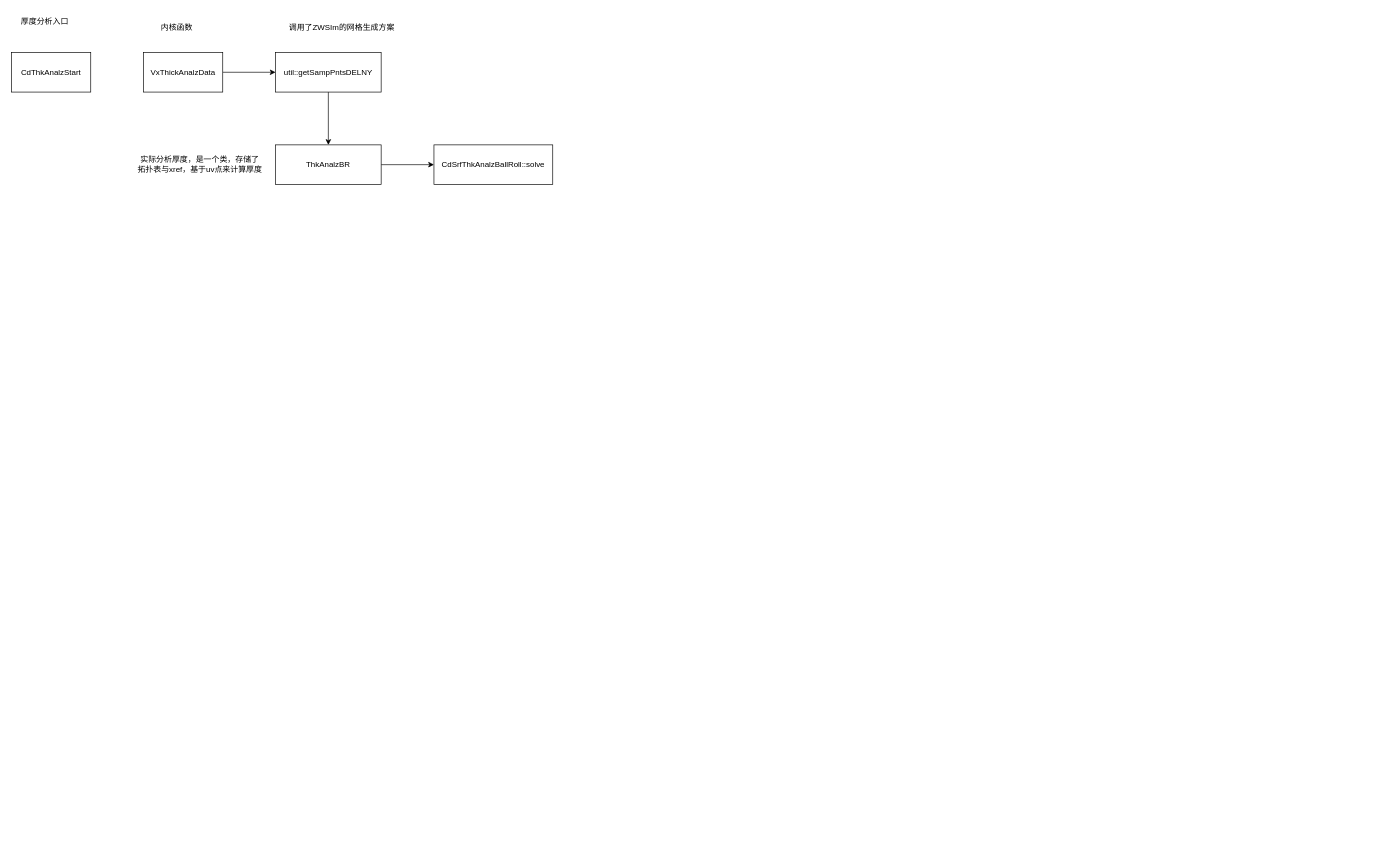
Above: 绘图记录/厚度分析.drawio in studyrohan/BSpline_learn (draw.io), before the change. Source tidied: cells renumbered, new cells numbered last; positions are measured from the earlier drawing's top-left corner, leaving out a move shared by most shapes. Both pictures are drawn from the tidied source at 66%, with x=0, y=0 at pixel (11, 11).
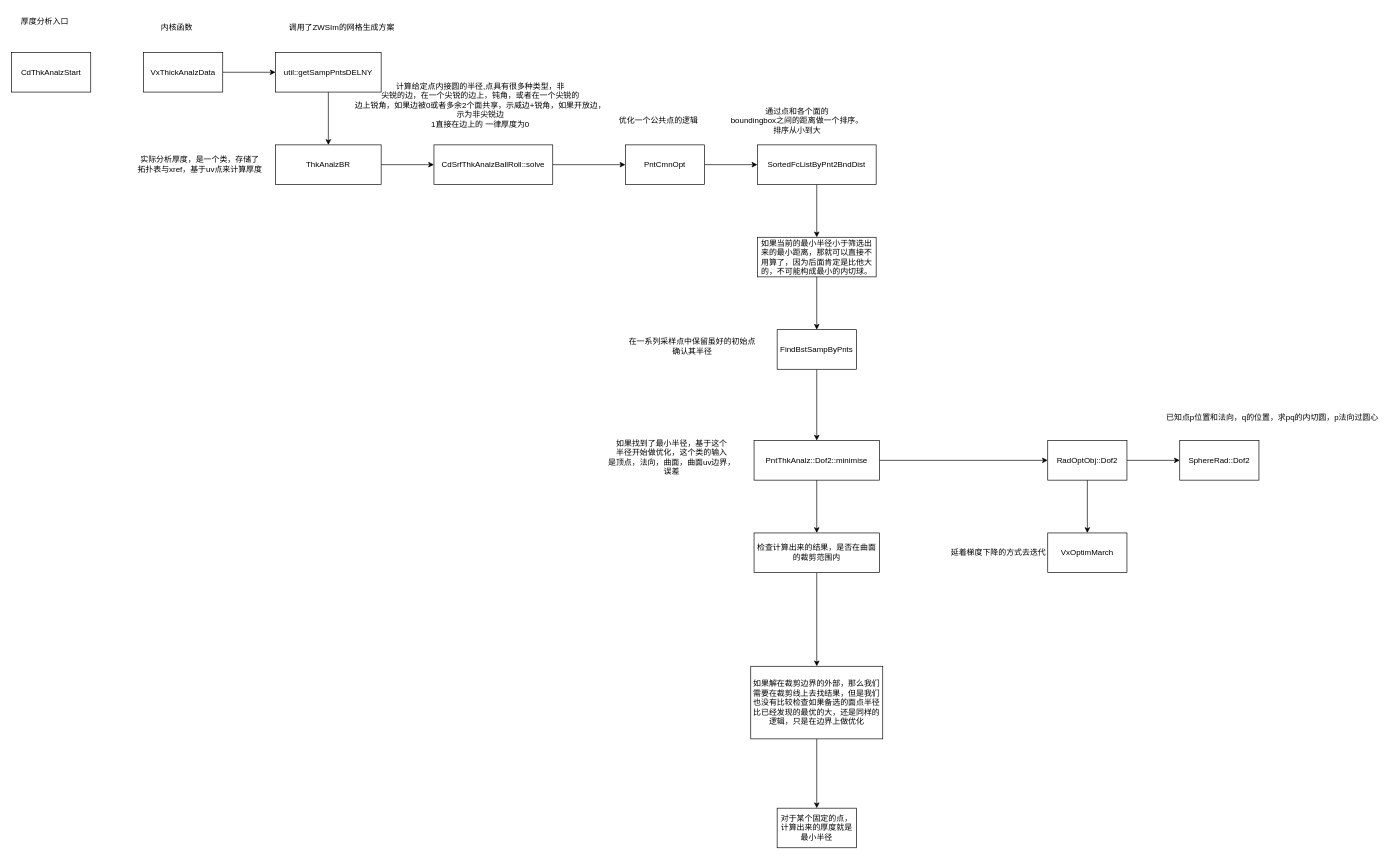
Above is the later version.

The change refers to these unchanged cells:
```xml
<mxCell id="13" value="CdSrfThkAnalzBallRoll::solve" style="whiteSpace=wrap;html=1;rounded=0;" parent="1" vertex="1">
  <mxGeometry x="640" y="202" width="180" height="60" as="geometry" />
</mxCell>
```

Change to the diagram source:
```diff
@@
+    <mxCell id="14" style="edgeStyle=orthogonalEdgeStyle;rounded=0;jettySize=auto;html=1;" parent="1" edge="1" source="13" target="17">
+      <mxGeometry relative="1" as="geometry" />
+    </mxCell>
@@
+    <mxCell id="15" value="计算给定点内接圆的半径,点具有很多种类型，非&lt;div&gt;尖锐的边，在一个尖锐的边上，钝角，或者在一个尖锐的&lt;/div&gt;&lt;div&gt;边上锐角，如果边被0或者多余2个面共享，示威边+锐角，如果开放边，&lt;/div&gt;&lt;div&gt;示为非尖锐边&lt;/div&gt;&lt;div&gt;1直接在边上的 一律厚度为0&lt;/div&gt;" style="text;html=1;align=center;verticalAlign=middle;strokeColor=none;fillColor=none;" parent="1" vertex="1">
+      <mxGeometry x="510" y="97" width="400" height="90" as="geometry" />
+    </mxCell>
+    <mxCell id="16" style="edgeStyle=orthogonalEdgeStyle;rounded=0;jettySize=auto;html=1;" parent="1" edge="1" source="17" target="20">
+      <mxGeometry relative="1" as="geometry" />
+    </mxCell>
+    <mxCell id="17" value="PntCmnOpt" style="whiteSpace=wrap;html=1;rounded=0;" parent="1" vertex="1">
+      <mxGeometry x="930" y="202" width="120" height="60" as="geometry" />
+    </mxCell>
+    <mxCell id="18" value="优化一个公共点的逻辑" style="text;html=1;align=center;verticalAlign=middle;strokeColor=none;fillColor=none;" parent="1" vertex="1">
+      <mxGeometry x="910" y="150" width="140" height="30" as="geometry" />
+    </mxCell>
+    <mxCell id="19" style="edgeStyle=orthogonalEdgeStyle;rounded=0;jettySize=auto;html=1;" parent="1" edge="1" source="20" target="23">
+      <mxGeometry relative="1" as="geometry" />
+    </mxCell>
+    <mxCell id="20" value="SortedFcListByPnt2BndDist" style="whiteSpace=wrap;html=1;rounded=0;" parent="1" vertex="1">
+      <mxGeometry x="1130" y="202" width="180" height="60" as="geometry" />
+    </mxCell>
+    <mxCell id="21" value="通过点和各个面的&lt;div&gt;boundingbox之间的距离做一个排序。&lt;/div&gt;&lt;div&gt;排序从小到大&lt;/div&gt;" style="text;html=1;align=center;verticalAlign=middle;strokeColor=none;fillColor=none;" parent="1" vertex="1">
+      <mxGeometry x="1080" y="135" width="220" height="60" as="geometry" />
+    </mxCell>
+    <mxCell id="22" style="edgeStyle=orthogonalEdgeStyle;rounded=0;jettySize=auto;html=1;" parent="1" edge="1" source="23" target="25">
+      <mxGeometry relative="1" as="geometry" />
+    </mxCell>
+    <mxCell id="23" value="如果当前的最小半径小于筛选出来的最小距离，那就可以直接不用算了，因为后面肯定是比他大的，不可能构成最小的内切球。" style="whiteSpace=wrap;html=1;rounded=0;" parent="1" vertex="1">
+      <mxGeometry x="1130" y="342" width="180" height="60" as="geometry" />
+    </mxCell>
+    <mxCell id="24" style="edgeStyle=orthogonalEdgeStyle;rounded=0;jettySize=auto;html=1;" parent="1" edge="1" source="25" target="29">
+      <mxGeometry relative="1" as="geometry" />
+    </mxCell>
+    <mxCell id="25" value="FindBstSampByPnts" style="rounded=0;whiteSpace=wrap;html=1;" parent="1" vertex="1">
+      <mxGeometry x="1160" y="482" width="120" height="60" as="geometry" />
+    </mxCell>
+    <mxCell id="26" value="在一系列采样点中保留虽好的初始点&lt;div&gt;确认其半径&lt;/div&gt;" style="text;html=1;align=center;verticalAlign=middle;strokeColor=none;fillColor=none;" parent="1" vertex="1">
+      <mxGeometry x="921" y="487" width="220" height="40" as="geometry" />
+    </mxCell>
+    <mxCell id="27" style="edgeStyle=orthogonalEdgeStyle;rounded=0;jettySize=auto;html=1;" parent="1" edge="1" source="29" target="32">
+      <mxGeometry relative="1" as="geometry" />
+    </mxCell>
+    <mxCell id="28" style="edgeStyle=orthogonalEdgeStyle;rounded=0;jettySize=auto;html=1;" parent="1" edge="1" source="29" target="38">
+      <mxGeometry relative="1" as="geometry" />
+    </mxCell>
+    <mxCell id="29" value="PntThkAnalz::Dof2::minimise" style="rounded=0;whiteSpace=wrap;html=1;" parent="1" vertex="1">
+      <mxGeometry x="1125" y="650" width="190" height="60" as="geometry" />
+    </mxCell>
+    <mxCell id="30" value="如果找到了最小半径，基于这个&lt;div&gt;半径开始做优化，这个类的输入&lt;/div&gt;&lt;div&gt;是顶点，法向，曲面，曲面uv边界，&lt;/div&gt;&lt;div&gt;误差&lt;/div&gt;" style="text;html=1;align=center;verticalAlign=middle;strokeColor=none;fillColor=none;" parent="1" vertex="1">
+      <mxGeometry x="890" y="640" width="220" height="70" as="geometry" />
+    </mxCell>
+    <mxCell id="31" style="edgeStyle=orthogonalEdgeStyle;rounded=0;jettySize=auto;html=1;" parent="1" edge="1" source="32" target="34">
+      <mxGeometry relative="1" as="geometry" />
+    </mxCell>
+    <mxCell id="32" value="检查计算出来的结果，是否在曲面的裁剪范围内" style="rounded=0;whiteSpace=wrap;html=1;" parent="1" vertex="1">
+      <mxGeometry x="1125" y="790" width="190" height="60" as="geometry" />
+    </mxCell>
+    <mxCell id="33" style="edgeStyle=orthogonalEdgeStyle;rounded=0;jettySize=auto;html=1;" parent="1" edge="1" source="34" target="35">
+      <mxGeometry relative="1" as="geometry" />
+    </mxCell>
+    <mxCell id="34" value="如果解在裁剪边界的外部，那么我们需要在裁剪线上去找结果，但是我们也没有比较检查如果备选的面点半径比已经发现的最优的大，还是同样的逻辑，只是在边界上做优化" style="whiteSpace=wrap;html=1;rounded=0;" parent="1" vertex="1">
+      <mxGeometry x="1120" y="992" width="200" height="110" as="geometry" />
+    </mxCell>
+    <mxCell id="35" value="对于某个固定的点，计算出来的厚度就是最小半径" style="whiteSpace=wrap;html=1;rounded=0;" parent="1" vertex="1">
+      <mxGeometry x="1160" y="1207" width="120" height="60" as="geometry" />
+    </mxCell>
+    <mxCell id="36" style="edgeStyle=orthogonalEdgeStyle;rounded=0;jettySize=auto;html=1;" parent="1" edge="1" source="38" target="39">
+      <mxGeometry relative="1" as="geometry" />
+    </mxCell>
+    <mxCell id="37" style="edgeStyle=orthogonalEdgeStyle;rounded=0;jettySize=auto;html=1;" parent="1" edge="1" source="38" target="41">
+      <mxGeometry relative="1" as="geometry" />
+    </mxCell>
+    <mxCell id="38" value="RadOptObj::Dof2" style="whiteSpace=wrap;html=1;rounded=0;" parent="1" vertex="1">
+      <mxGeometry x="1570" y="650" width="120" height="60" as="geometry" />
+    </mxCell>
+    <mxCell id="39" value="VxOptimMarch" style="whiteSpace=wrap;html=1;rounded=0;" parent="1" vertex="1">
+      <mxGeometry x="1570" y="790" width="120" height="60" as="geometry" />
+    </mxCell>
+    <mxCell id="40" value="延着梯度下降的方式去迭代" style="text;html=1;align=center;verticalAlign=middle;strokeColor=none;fillColor=none;" parent="1" vertex="1">
+      <mxGeometry x="1410" y="805" width="170" height="30" as="geometry" />
+    </mxCell>
+    <mxCell id="41" value="SphereRad::Dof2" style="whiteSpace=wrap;html=1;rounded=0;" parent="1" vertex="1">
+      <mxGeometry x="1770" y="650" width="120" height="60" as="geometry" />
+    </mxCell>
+    <mxCell id="42" value="已知点p位置和法向，q的位置，求pq的内切圆，p法向过圆心" style="text;html=1;align=center;verticalAlign=middle;strokeColor=none;fillColor=none;" parent="1" vertex="1">
+      <mxGeometry x="1740" y="600" width="340" height="30" as="geometry" />
+    </mxCell>
```
